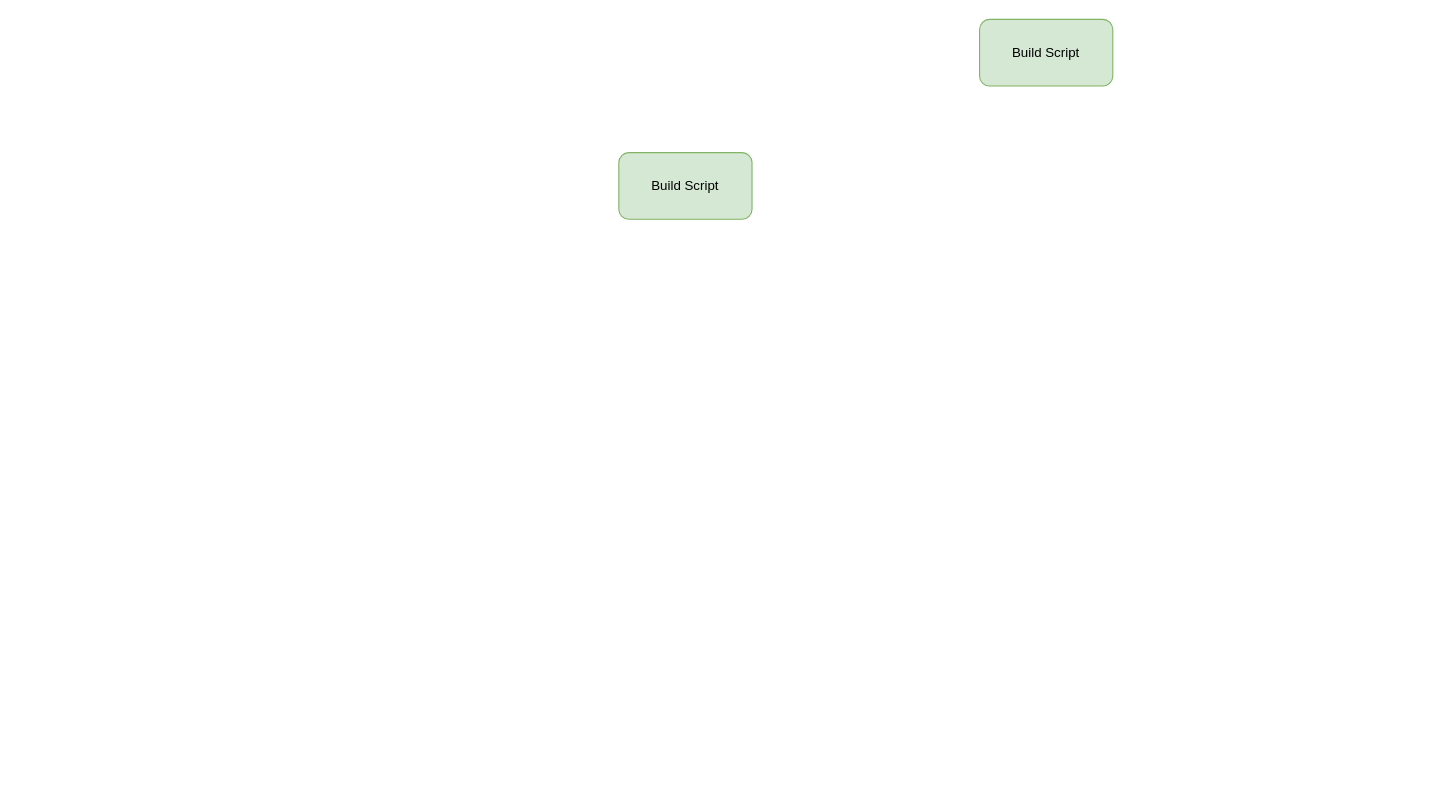
The draw.io diagram Bas's Code.drawio in harrisonbc/diagrams, before the edit. Source tidied: cells renumbered, new cells numbered last; positions are measured from the earlier drawing's top-left corner, leaving out a move shared by most shapes. Both pictures are drawn from the tidied source at 111%, with x=0, y=0 at pixel (618, 19).
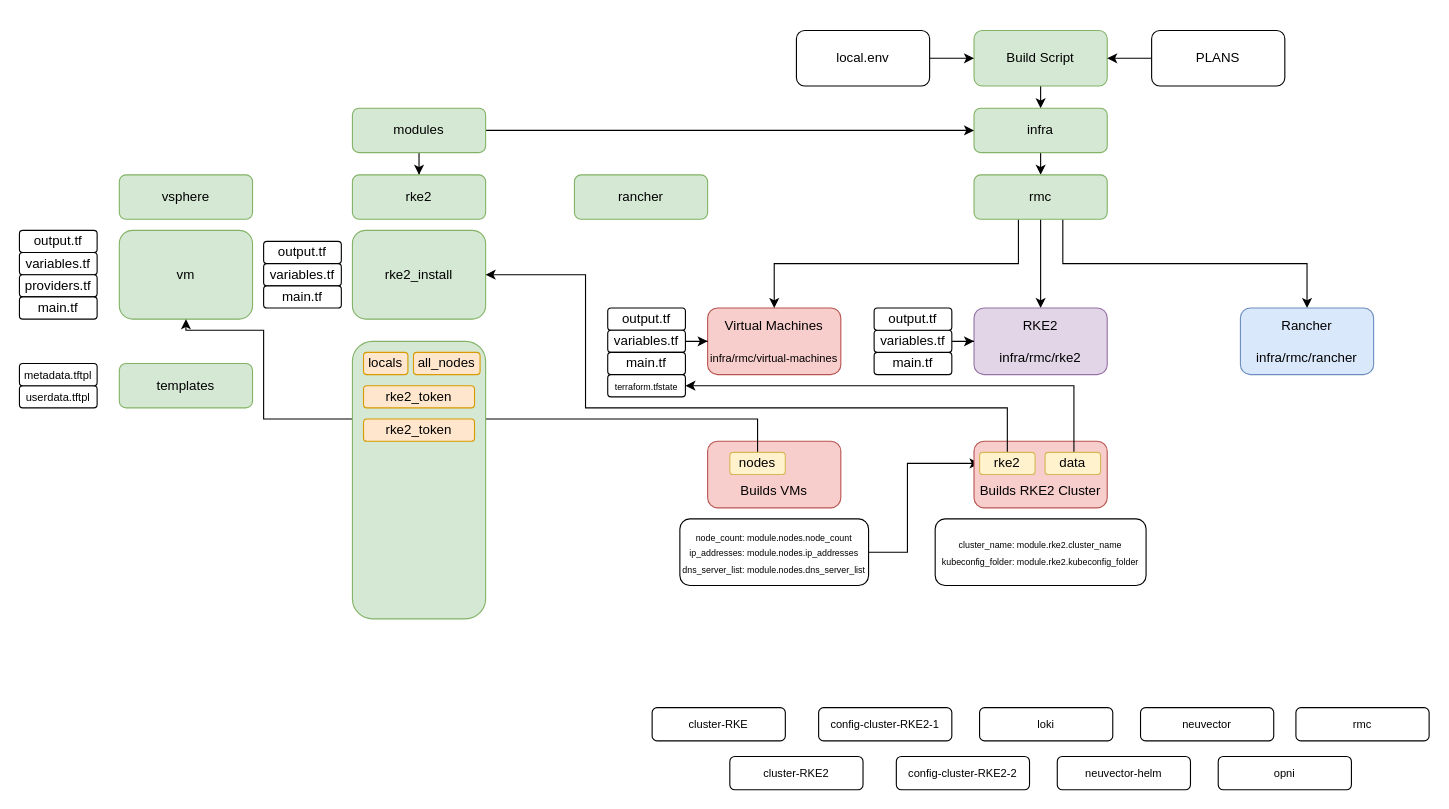
The same page after the edit.

What changed in the source:
```diff
@@
+    <mxCell id="4" style="edgeStyle=orthogonalEdgeStyle;rounded=0;jettySize=auto;html=1;exitX=0.5;exitY=1;exitDx=0;exitDy=0;entryX=0.5;entryY=0;entryDx=0;entryDy=0;" parent="1" edge="1" source="2" target="27">
+      <mxGeometry relative="1" as="geometry" />
+    </mxCell>
     <mxCell id="2" value="Build Script" style="rounded=1;whiteSpace=wrap;html=1;fillColor=#d5e8d4;strokeColor=#82b366;" parent="1" vertex="1">
-      <mxGeometry x="325" width="120" height="60" as="geometry" />
+      <mxGeometry x="320" y="10" width="120" height="50" as="geometry" />
     </mxCell>
-    <mxCell id="3" value="Build Script" style="rounded=1;whiteSpace=wrap;html=1;fillColor=#d5e8d4;strokeColor=#82b366;" parent="1" vertex="1">
-      <mxGeometry y="120" width="120" height="60" as="geometry" />
+    <mxCell id="3" value="&lt;font style=&quot;&quot;&gt;&lt;font style=&quot;font-size: 12px;&quot;&gt;Virtual Machines&lt;/font&gt;&lt;font style=&quot;font-size: 6px;&quot;&gt;&lt;br&gt;&lt;br&gt;&lt;/font&gt;&lt;font style=&quot;font-size: 10px;&quot;&gt;infra/rmc/virtual-machines&lt;/font&gt;&lt;/font&gt;" style="rounded=1;whiteSpace=wrap;html=1;fillColor=#f8cecc;strokeColor=#b85450;" parent="1" vertex="1">
+      <mxGeometry x="80" y="260" width="120" height="60" as="geometry" />
     </mxCell>
+    <mxCell id="5" style="edgeStyle=orthogonalEdgeStyle;rounded=0;jettySize=auto;html=1;exitX=0.5;exitY=1;exitDx=0;exitDy=0;entryX=0.5;entryY=0;entryDx=0;entryDy=0;" parent="1" edge="1" source="29" target="6">
+      <mxGeometry relative="1" as="geometry" />
+    </mxCell>
+    <mxCell id="6" value="RKE2&lt;br&gt;&lt;br&gt;infra/rmc/rke2" style="rounded=1;whiteSpace=wrap;html=1;fillColor=#e1d5e7;strokeColor=#9673a6;" parent="1" vertex="1">
+      <mxGeometry x="320" y="260" width="120" height="60" as="geometry" />
+    </mxCell>
+    <mxCell id="7" style="edgeStyle=orthogonalEdgeStyle;rounded=0;jettySize=auto;html=1;entryX=0.5;entryY=0;entryDx=0;entryDy=0;" parent="1" edge="1" source="29" target="8">
+      <mxGeometry relative="1" as="geometry">
+        <Array as="points">
+          <mxPoint x="400" y="220" />
+          <mxPoint x="620" y="220" />
+        </Array>
+      </mxGeometry>
+    </mxCell>
+    <mxCell id="8" value="Rancher&lt;br&gt;&lt;br&gt;infra/rmc/rancher" style="rounded=1;whiteSpace=wrap;html=1;fillColor=#dae8fc;strokeColor=#6c8ebf;" parent="1" vertex="1">
+      <mxGeometry x="560" y="260" width="120" height="60" as="geometry" />
+    </mxCell>
+    <mxCell id="9" style="edgeStyle=orthogonalEdgeStyle;rounded=0;jettySize=auto;html=1;" parent="1" edge="1" source="10" target="2">
+      <mxGeometry relative="1" as="geometry" />
+    </mxCell>
+    <mxCell id="10" value="local.env" style="rounded=1;whiteSpace=wrap;html=1;" parent="1" vertex="1">
+      <mxGeometry x="160" y="10" width="120" height="50" as="geometry" />
+    </mxCell>
+    <mxCell id="11" style="edgeStyle=orthogonalEdgeStyle;rounded=0;jettySize=auto;html=1;" parent="1" edge="1" source="12" target="2">
+      <mxGeometry relative="1" as="geometry" />
+    </mxCell>
+    <mxCell id="12" value="PLANS" style="rounded=1;whiteSpace=wrap;html=1;" parent="1" vertex="1">
+      <mxGeometry x="480" y="10" width="120" height="50" as="geometry" />
+    </mxCell>
+    <mxCell id="13" value="&lt;font style=&quot;font-size: 10px;&quot;&gt;cluster-RKE&lt;/font&gt;" style="rounded=1;whiteSpace=wrap;html=1;" parent="1" vertex="1">
+      <mxGeometry x="30" y="620" width="120" height="30" as="geometry" />
+    </mxCell>
+    <mxCell id="14" value="&lt;font style=&quot;font-size: 10px;&quot;&gt;cluster-RKE2&lt;/font&gt;" style="rounded=1;whiteSpace=wrap;html=1;" parent="1" vertex="1">
+      <mxGeometry x="100" y="664" width="120" height="30" as="geometry" />
+    </mxCell>
+    <mxCell id="15" value="&lt;font style=&quot;font-size: 10px;&quot;&gt;config-cluster-RKE2-1&lt;/font&gt;" style="rounded=1;whiteSpace=wrap;html=1;" parent="1" vertex="1">
+      <mxGeometry x="180" y="620" width="120" height="30" as="geometry" />
+    </mxCell>
+    <mxCell id="16" value="&lt;font style=&quot;font-size: 10px;&quot;&gt;config-cluster-RKE2-2&lt;/font&gt;" style="rounded=1;whiteSpace=wrap;html=1;" parent="1" vertex="1">
+      <mxGeometry x="250" y="664" width="120" height="30" as="geometry" />
+    </mxCell>
+    <mxCell id="17" value="&lt;font style=&quot;font-size: 10px;&quot;&gt;loki&lt;/font&gt;" style="rounded=1;whiteSpace=wrap;html=1;" parent="1" vertex="1">
+      <mxGeometry x="325" y="620" width="120" height="30" as="geometry" />
+    </mxCell>
+    <mxCell id="18" value="&lt;font style=&quot;font-size: 10px;&quot;&gt;neuvector&lt;/font&gt;" style="rounded=1;whiteSpace=wrap;html=1;" parent="1" vertex="1">
+      <mxGeometry x="470" y="620" width="120" height="30" as="geometry" />
+    </mxCell>
+    <mxCell id="19" value="&lt;font style=&quot;font-size: 10px;&quot;&gt;neuvector-helm&lt;/font&gt;" style="rounded=1;whiteSpace=wrap;html=1;" parent="1" vertex="1">
+      <mxGeometry x="395" y="664" width="120" height="30" as="geometry" />
+    </mxCell>
+    <mxCell id="20" value="&lt;font style=&quot;font-size: 10px;&quot;&gt;opni&lt;/font&gt;" style="rounded=1;whiteSpace=wrap;html=1;" parent="1" vertex="1">
+      <mxGeometry x="540" y="664" width="120" height="30" as="geometry" />
+    </mxCell>
+    <mxCell id="21" value="&lt;font style=&quot;font-size: 10px;&quot;&gt;rmc&lt;/font&gt;" style="rounded=1;whiteSpace=wrap;html=1;" parent="1" vertex="1">
+      <mxGeometry x="610" y="620" width="120" height="30" as="geometry" />
+    </mxCell>
+    <mxCell id="22" value="output.tf" style="rounded=1;whiteSpace=wrap;html=1;" parent="1" vertex="1">
+      <mxGeometry x="-10" y="260" width="70" height="20" as="geometry" />
+    </mxCell>
+    <mxCell id="23" style="edgeStyle=orthogonalEdgeStyle;rounded=0;jettySize=auto;html=1;" parent="1" edge="1" source="24" target="3">
+      <mxGeometry relative="1" as="geometry" />
+    </mxCell>
+    <mxCell id="24" value="variables.tf" style="rounded=1;whiteSpace=wrap;html=1;" parent="1" vertex="1">
+      <mxGeometry x="-10" y="280" width="70" height="20" as="geometry" />
+    </mxCell>
+    <mxCell id="25" value="main.tf" style="rounded=1;whiteSpace=wrap;html=1;" parent="1" vertex="1">
+      <mxGeometry x="-10" y="300" width="70" height="20" as="geometry" />
+    </mxCell>
+    <mxCell id="26" style="edgeStyle=orthogonalEdgeStyle;rounded=0;jettySize=auto;html=1;exitX=0.5;exitY=1;exitDx=0;exitDy=0;entryX=0.5;entryY=0;entryDx=0;entryDy=0;" parent="1" edge="1" source="27" target="29">
+      <mxGeometry relative="1" as="geometry" />
+    </mxCell>
+    <mxCell id="27" value="infra" style="rounded=1;whiteSpace=wrap;html=1;fillColor=#d5e8d4;strokeColor=#82b366;" parent="1" vertex="1">
+      <mxGeometry x="320" y="80" width="120" height="40" as="geometry" />
+    </mxCell>
+    <mxCell id="28" style="edgeStyle=orthogonalEdgeStyle;rounded=0;jettySize=auto;html=1;entryX=0.5;entryY=0;entryDx=0;entryDy=0;" parent="1" edge="1" source="29" target="3">
+      <mxGeometry relative="1" as="geometry">
+        <Array as="points">
+          <mxPoint x="360" y="220" />
+          <mxPoint x="140" y="220" />
+        </Array>
+      </mxGeometry>
+    </mxCell>
+    <mxCell id="29" value="rmc" style="rounded=1;whiteSpace=wrap;html=1;fillColor=#d5e8d4;strokeColor=#82b366;" parent="1" vertex="1">
+      <mxGeometry x="320" y="140" width="120" height="40" as="geometry" />
+    </mxCell>
+    <mxCell id="30" value="&lt;br&gt;&lt;br&gt;Builds VMs" style="rounded=1;whiteSpace=wrap;html=1;fillColor=#f8cecc;strokeColor=#b85450;" parent="1" vertex="1">
+      <mxGeometry x="80" y="380" width="120" height="60" as="geometry" />
+    </mxCell>
+    <mxCell id="31" style="edgeStyle=orthogonalEdgeStyle;rounded=0;jettySize=auto;html=1;" parent="1" edge="1" source="33" target="27">
+      <mxGeometry relative="1" as="geometry" />
+    </mxCell>
+    <mxCell id="32" style="edgeStyle=orthogonalEdgeStyle;rounded=0;jettySize=auto;html=1;" parent="1" edge="1" source="33" target="35">
+      <mxGeometry relative="1" as="geometry" />
+    </mxCell>
+    <mxCell id="33" value="modules" style="rounded=1;whiteSpace=wrap;html=1;fillColor=#d5e8d4;strokeColor=#82b366;" parent="1" vertex="1">
+      <mxGeometry x="-240" y="80" width="120" height="40" as="geometry" />
+    </mxCell>
+    <mxCell id="34" value="vsphere" style="rounded=1;whiteSpace=wrap;html=1;fillColor=#d5e8d4;strokeColor=#82b366;" parent="1" vertex="1">
+      <mxGeometry x="-450" y="140" width="120" height="40" as="geometry" />
+    </mxCell>
+    <mxCell id="35" value="rke2" style="rounded=1;whiteSpace=wrap;html=1;fillColor=#d5e8d4;strokeColor=#82b366;" parent="1" vertex="1">
+      <mxGeometry x="-240" y="140" width="120" height="40" as="geometry" />
+    </mxCell>
+    <mxCell id="36" value="rancher" style="rounded=1;whiteSpace=wrap;html=1;fillColor=#d5e8d4;strokeColor=#82b366;" parent="1" vertex="1">
+      <mxGeometry x="-40" y="140" width="120" height="40" as="geometry" />
+    </mxCell>
+    <mxCell id="37" value="vm" style="rounded=1;whiteSpace=wrap;html=1;fillColor=#d5e8d4;strokeColor=#82b366;" parent="1" vertex="1">
+      <mxGeometry x="-450" y="190" width="120" height="80" as="geometry" />
+    </mxCell>
+    <mxCell id="38" value="output.tf" style="rounded=1;whiteSpace=wrap;html=1;" parent="1" vertex="1">
+      <mxGeometry x="-540" y="190" width="70" height="20" as="geometry" />
+    </mxCell>
+    <mxCell id="39" value="variables.tf" style="rounded=1;whiteSpace=wrap;html=1;" parent="1" vertex="1">
+      <mxGeometry x="-540" y="210" width="70" height="20" as="geometry" />
+    </mxCell>
+    <mxCell id="40" value="providers.tf" style="rounded=1;whiteSpace=wrap;html=1;" parent="1" vertex="1">
+      <mxGeometry x="-540" y="230" width="70" height="20" as="geometry" />
+    </mxCell>
+    <mxCell id="41" value="templates" style="rounded=1;whiteSpace=wrap;html=1;fillColor=#d5e8d4;strokeColor=#82b366;" parent="1" vertex="1">
+      <mxGeometry x="-450" y="310" width="120" height="40" as="geometry" />
+    </mxCell>
+    <mxCell id="42" value="&lt;font style=&quot;font-size: 10px;&quot;&gt;userdata.tftpl&lt;/font&gt;" style="rounded=1;whiteSpace=wrap;html=1;" parent="1" vertex="1">
+      <mxGeometry x="-540" y="330" width="70" height="20" as="geometry" />
+    </mxCell>
+    <mxCell id="43" value="&lt;font style=&quot;font-size: 10px;&quot;&gt;metadata.tftpl&lt;/font&gt;" style="rounded=1;whiteSpace=wrap;html=1;" parent="1" vertex="1">
+      <mxGeometry x="-540" y="310" width="70" height="20" as="geometry" />
+    </mxCell>
+    <mxCell id="44" value="main.tf" style="rounded=1;whiteSpace=wrap;html=1;" parent="1" vertex="1">
+      <mxGeometry x="-540" y="250" width="70" height="20" as="geometry" />
+    </mxCell>
+    <mxCell id="45" style="edgeStyle=orthogonalEdgeStyle;rounded=0;jettySize=auto;html=1;" parent="1" edge="1" source="46" target="56">
+      <mxGeometry relative="1" as="geometry">
+        <Array as="points">
+          <mxPoint x="260" y="480" />
+          <mxPoint x="260" y="400" />
+        </Array>
+      </mxGeometry>
+    </mxCell>
+    <mxCell id="46" value="&lt;font style=&quot;font-size: 8px;&quot;&gt;node_count: module.nodes.node_count&lt;br&gt;ip_addresses: module.nodes.ip_addresses&lt;br&gt;dns_server_list: module.nodes.dns_server_list&lt;br&gt;&lt;/font&gt;" style="rounded=1;whiteSpace=wrap;html=1;" parent="1" vertex="1">
+      <mxGeometry x="55" y="450" width="170" height="60" as="geometry" />
+    </mxCell>
+    <mxCell id="47" value="&lt;br&gt;&lt;br&gt;Builds RKE2 Cluster" style="rounded=1;whiteSpace=wrap;html=1;fillColor=#f8cecc;strokeColor=#b85450;" parent="1" vertex="1">
+      <mxGeometry x="320" y="380" width="120" height="60" as="geometry" />
+    </mxCell>
+    <mxCell id="48" value="main.tf" style="rounded=1;whiteSpace=wrap;html=1;" parent="1" vertex="1">
+      <mxGeometry x="230" y="300" width="70" height="20" as="geometry" />
+    </mxCell>
+    <mxCell id="49" style="edgeStyle=orthogonalEdgeStyle;rounded=0;jettySize=auto;html=1;" parent="1" edge="1" source="50" target="6">
+      <mxGeometry relative="1" as="geometry" />
+    </mxCell>
+    <mxCell id="50" value="variables.tf" style="rounded=1;whiteSpace=wrap;html=1;" parent="1" vertex="1">
+      <mxGeometry x="230" y="280" width="70" height="20" as="geometry" />
+    </mxCell>
+    <mxCell id="51" value="output.tf" style="rounded=1;whiteSpace=wrap;html=1;" parent="1" vertex="1">
+      <mxGeometry x="230" y="260" width="70" height="20" as="geometry" />
+    </mxCell>
+    <mxCell id="52" value="&lt;font style=&quot;font-size: 8px;&quot;&gt;cluster_name: module.rke2.cluster_name&lt;br&gt;kubeconfig_folder: module.rke2.kubeconfig_folder&lt;br&gt;&lt;/font&gt;" style="rounded=1;whiteSpace=wrap;html=1;" parent="1" vertex="1">
+      <mxGeometry x="285" y="450" width="190" height="60" as="geometry" />
+    </mxCell>
+    <mxCell id="53" value="&lt;font style=&quot;font-size: 8px;&quot;&gt;terraform.tfstate&lt;/font&gt;" style="rounded=1;whiteSpace=wrap;html=1;" parent="1" vertex="1">
+      <mxGeometry x="-10" y="320" width="70" height="20" as="geometry" />
+    </mxCell>
+    <mxCell id="54" value="rke2_install" style="rounded=1;whiteSpace=wrap;html=1;fillColor=#d5e8d4;strokeColor=#82b366;" parent="1" vertex="1">
+      <mxGeometry x="-240" y="190" width="120" height="80" as="geometry" />
+    </mxCell>
+    <mxCell id="55" style="edgeStyle=orthogonalEdgeStyle;rounded=0;jettySize=auto;html=1;" parent="1" edge="1" source="56" target="54">
+      <mxGeometry relative="1" as="geometry">
+        <Array as="points">
+          <mxPoint x="350" y="350" />
+          <mxPoint x="-30" y="350" />
+          <mxPoint x="-30" y="230" />
+        </Array>
+      </mxGeometry>
+    </mxCell>
+    <mxCell id="56" value="rke2" style="rounded=1;whiteSpace=wrap;html=1;fillColor=#fff2cc;strokeColor=#d6b656;" parent="1" vertex="1">
+      <mxGeometry x="325" y="390" width="50" height="20" as="geometry" />
+    </mxCell>
+    <mxCell id="57" style="edgeStyle=orthogonalEdgeStyle;rounded=0;jettySize=auto;html=1;" parent="1" edge="1" source="58" target="37">
+      <mxGeometry relative="1" as="geometry">
+        <Array as="points">
+          <mxPoint x="125" y="360" />
+          <mxPoint x="-320" y="360" />
+          <mxPoint x="-320" y="280" />
+          <mxPoint x="-390" y="280" />
+        </Array>
+      </mxGeometry>
+    </mxCell>
+    <mxCell id="58" value="nodes" style="rounded=1;whiteSpace=wrap;html=1;fillColor=#fff2cc;strokeColor=#d6b656;" parent="1" vertex="1">
+      <mxGeometry x="100" y="390" width="50" height="20" as="geometry" />
+    </mxCell>
+    <mxCell id="59" style="edgeStyle=orthogonalEdgeStyle;rounded=0;jettySize=auto;html=1;" parent="1" edge="1" source="60" target="53">
+      <mxGeometry relative="1" as="geometry">
+        <Array as="points">
+          <mxPoint x="410" y="330" />
+        </Array>
+      </mxGeometry>
+    </mxCell>
+    <mxCell id="60" value="data" style="rounded=1;whiteSpace=wrap;html=1;fillColor=#fff2cc;strokeColor=#d6b656;" parent="1" vertex="1">
+      <mxGeometry x="384" y="390" width="50" height="20" as="geometry" />
+    </mxCell>
+    <mxCell id="61" value="output.tf" style="rounded=1;whiteSpace=wrap;html=1;" parent="1" vertex="1">
+      <mxGeometry x="-320" y="200" width="70" height="20" as="geometry" />
+    </mxCell>
+    <mxCell id="62" value="variables.tf" style="rounded=1;whiteSpace=wrap;html=1;" parent="1" vertex="1">
+      <mxGeometry x="-320" y="220" width="70" height="20" as="geometry" />
+    </mxCell>
+    <mxCell id="63" value="main.tf" style="rounded=1;whiteSpace=wrap;html=1;" parent="1" vertex="1">
+      <mxGeometry x="-320" y="240" width="70" height="20" as="geometry" />
+    </mxCell>
+    <mxCell id="64" style="rounded=1;whiteSpace=wrap;html=1;fillColor=#d5e8d4;strokeColor=#82b366;" parent="1" vertex="1">
+      <mxGeometry x="-240" y="290" width="120" height="250" as="geometry" />
+    </mxCell>
+    <mxCell id="65" value="locals" style="rounded=1;whiteSpace=wrap;html=1;fillColor=#ffe6cc;strokeColor=#d79b00;" parent="1" vertex="1">
+      <mxGeometry x="-230" y="300" width="40" height="20" as="geometry" />
+    </mxCell>
+    <mxCell id="66" value="rke2_token" style="rounded=1;whiteSpace=wrap;html=1;fillColor=#ffe6cc;strokeColor=#d79b00;" parent="1" vertex="1">
+      <mxGeometry x="-230" y="330" width="100" height="20" as="geometry" />
+    </mxCell>
+    <mxCell id="67" value="all_nodes" style="rounded=1;whiteSpace=wrap;html=1;fillColor=#ffe6cc;strokeColor=#d79b00;" parent="1" vertex="1">
+      <mxGeometry x="-185" y="300" width="60" height="20" as="geometry" />
+    </mxCell>
+    <mxCell id="68" value="rke2_token" style="rounded=1;whiteSpace=wrap;html=1;fillColor=#ffe6cc;strokeColor=#d79b00;" parent="1" vertex="1">
+      <mxGeometry x="-230" y="360" width="100" height="20" as="geometry" />
+    </mxCell>
```
